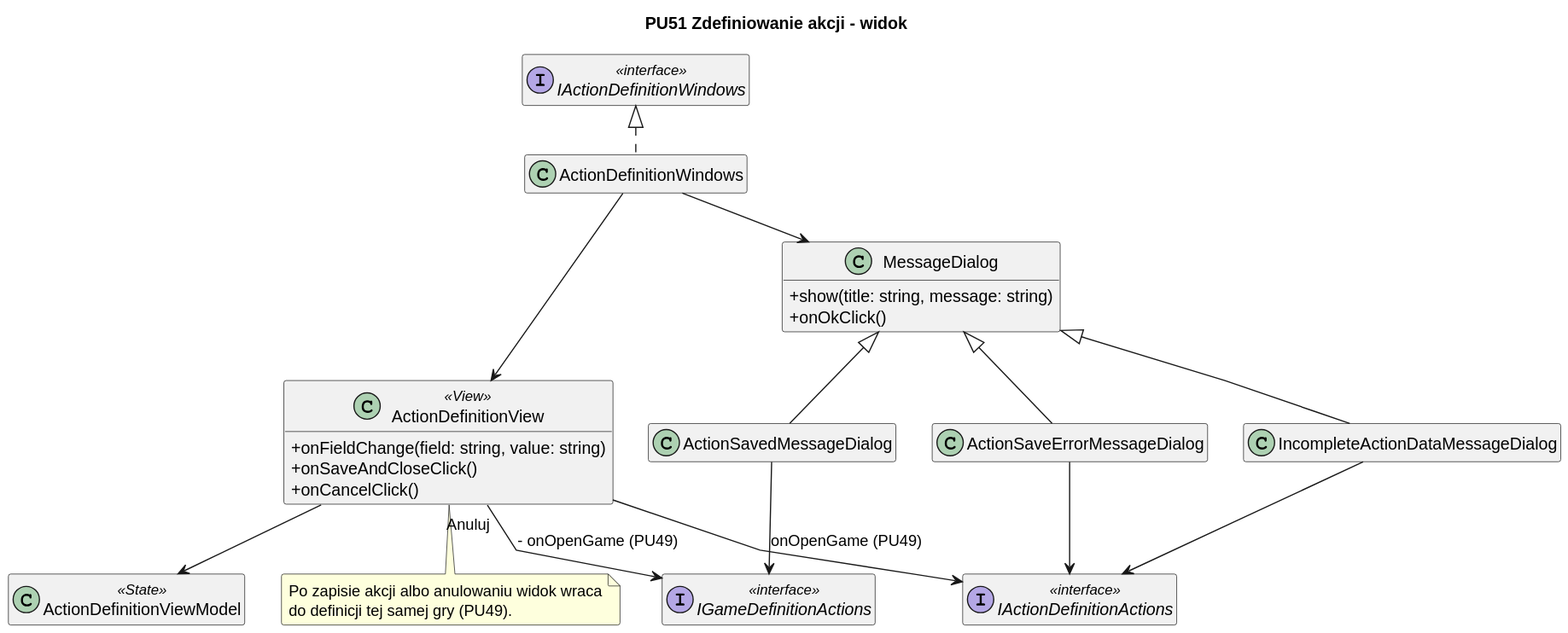
Above: diagrams/frontend/rendered/action-definition-view.svg in Igor-Ochocki/POP-2026Z (PlantUML), before the change.
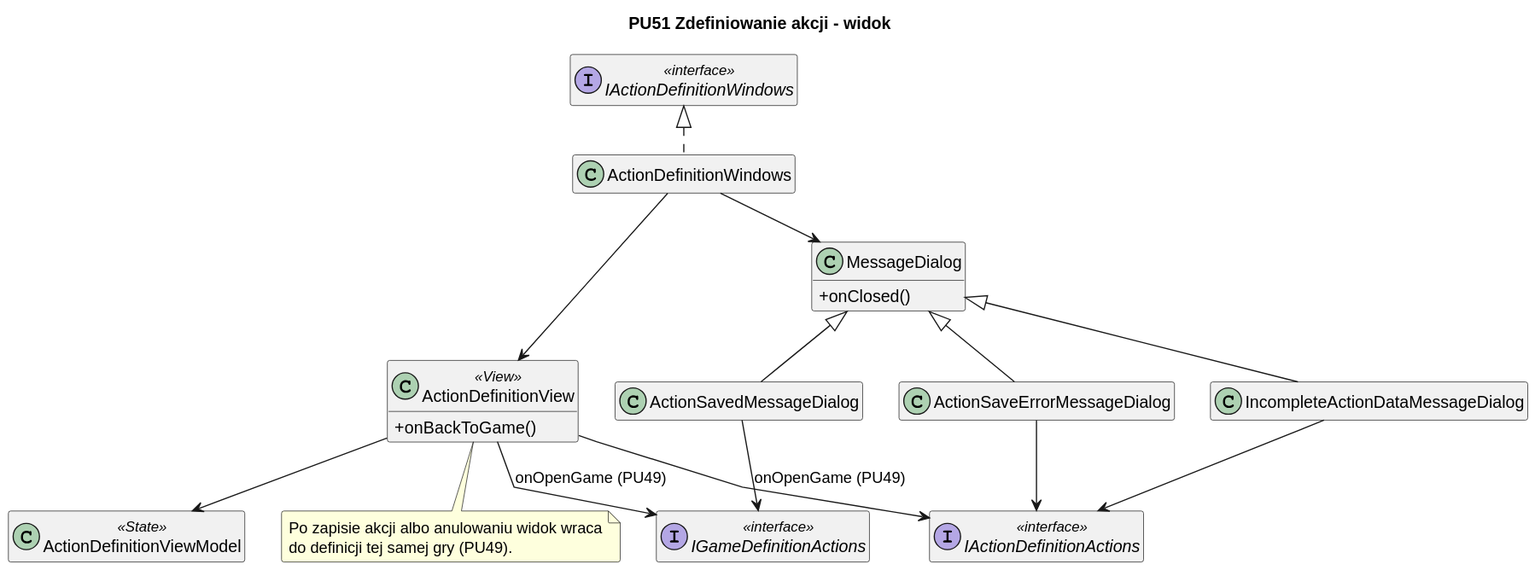
Above is the later version.

What changed in the source:
```diff
@@ -11,14 +11,11 @@
 title PU51 Zdefiniowanie akcji - widok
 
 class ActionDefinitionView <<View>> {
-    + onFieldChange(field: string, value: string)
-    + onSaveAndCloseClick()
-    + onCancelClick()
+    + onBackToGame()
 }
 
 class MessageDialog {
-    + show(title: string, message: string)
-    + onOkClick()
+    + onClosed()
 }
 
 class ActionSavedMessageDialog
@@ -43,7 +40,7 @@
 ActionDefinitionView --> ActionDefinitionViewModel
 IncompleteActionDataMessageDialog --> IActionDefinitionActions
 ActionSaveErrorMessageDialog --> IActionDefinitionActions
-ActionDefinitionView --> IGameDefinitionActions : "Anuluj" - onOpenGame (PU49)
+ActionDefinitionView --> IGameDefinitionActions : onOpenGame (PU49)
 ActionSavedMessageDialog --> IGameDefinitionActions : onOpenGame (PU49)
 
 note bottom of ActionDefinitionView
```
